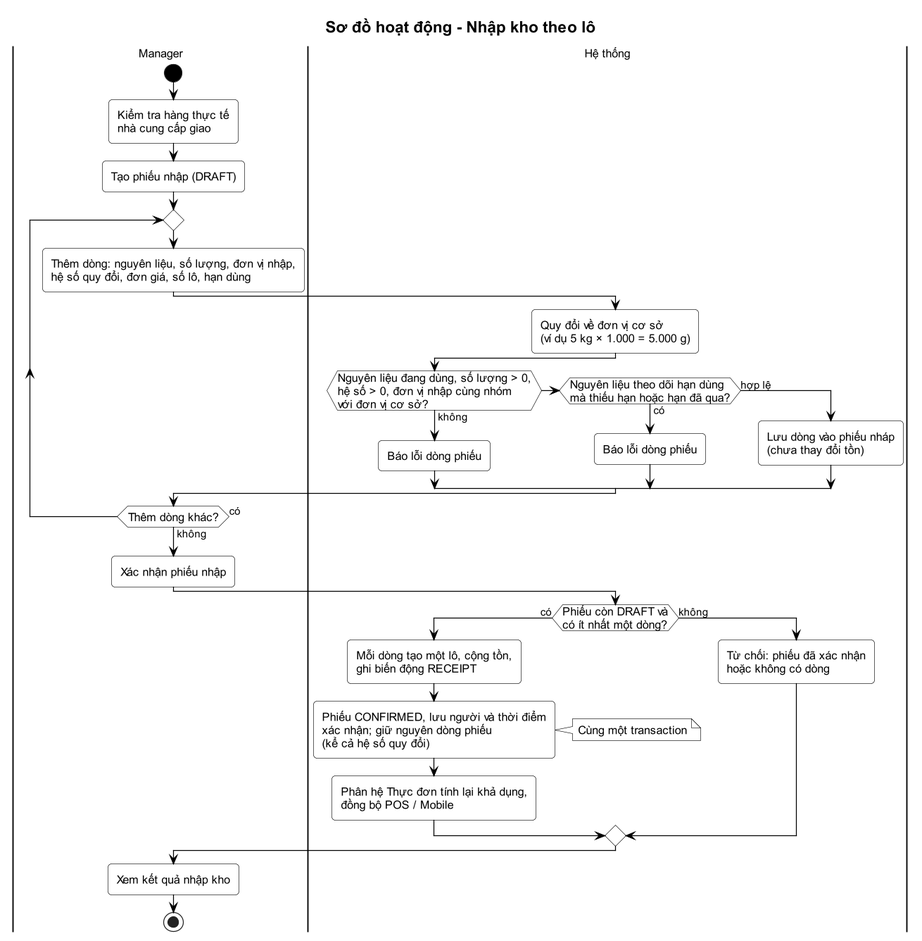
Above: docs/04-quan-ly-kho/activity-2-nhap-kho.png in Anpham120/restaurant-management-system (PlantUML), before the change. The source it was exported from:
```plantuml
@startuml
!include ../_style.puml
title Sơ đồ hoạt động - Nhập kho theo lô

|Manager|
start
:Kiểm tra hàng thực tế\nnhà cung cấp giao;
:Tạo phiếu nhập (DRAFT);
repeat
  :Thêm dòng: nguyên liệu, số lượng, đơn vị nhập,\nhệ số quy đổi, đơn giá, số lô, hạn dùng;
  |Hệ thống|
  :Quy đổi về đơn vị cơ sở\n(ví dụ 5 kg × 1.000 = 5.000 g);
  if (Nguyên liệu đang dùng, số lượng > 0,\nhệ số > 0, đơn vị nhập cùng nhóm\nvới đơn vị cơ sở?) then (không)
    :Báo lỗi dòng phiếu;
  elseif (Nguyên liệu theo dõi hạn dùng\nmà thiếu hạn hoặc hạn đã qua?) then (có)
    :Báo lỗi dòng phiếu;
  else (hợp lệ)
    :Lưu dòng vào phiếu nháp\n(chưa thay đổi tồn);
  endif
  |Manager|
repeat while (Thêm dòng khác?) is (có) not (không)
:Xác nhận phiếu nhập;
|Hệ thống|
if (Phiếu còn DRAFT và\ncó ít nhất một dòng?) then (có)
  :Mỗi dòng tạo một lô, cộng tồn,\nghi biến động RECEIPT;
  :Phiếu CONFIRMED, lưu người và thời điểm\nxác nhận; giữ nguyên dòng phiếu\n(kể cả hệ số quy đổi);
  note right: Cùng một transaction
  :Phân hệ Thực đơn tính lại khả dụng,\nđồng bộ POS / Mobile;
else (không)
  :Từ chối: phiếu đã xác nhận\nhoặc không có dòng;
endif
|Manager|
:Xem kết quả nhập kho;
stop
@enduml
```
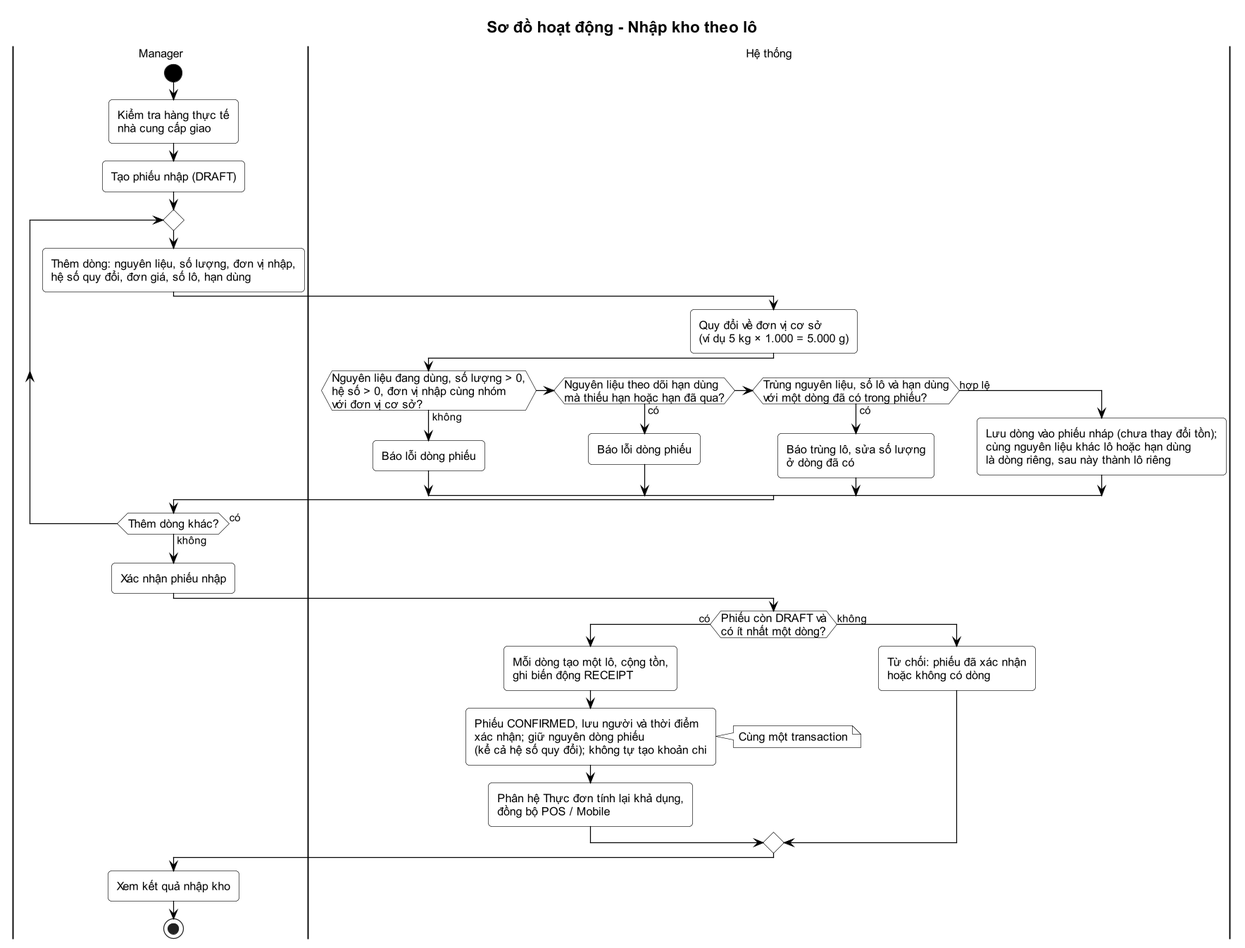
Above is the later version.

Change to the diagram source:
```diff
@@ -14,8 +14,10 @@
     :Báo lỗi dòng phiếu;
   elseif (Nguyên liệu theo dõi hạn dùng\nmà thiếu hạn hoặc hạn đã qua?) then (có)
     :Báo lỗi dòng phiếu;
+  elseif (Trùng nguyên liệu, số lô và hạn dùng\nvới một dòng đã có trong phiếu?) then (có)
+    :Báo trùng lô, sửa số lượng\nở dòng đã có;
   else (hợp lệ)
-    :Lưu dòng vào phiếu nháp\n(chưa thay đổi tồn);
+    :Lưu dòng vào phiếu nháp (chưa thay đổi tồn);\ncùng nguyên liệu khác lô hoặc hạn dùng\nlà dòng riêng, sau này thành lô riêng;
   endif
   |Manager|
 repeat while (Thêm dòng khác?) is (có) not (không)
@@ -23,7 +25,7 @@
 |Hệ thống|
 if (Phiếu còn DRAFT và\ncó ít nhất một dòng?) then (có)
   :Mỗi dòng tạo một lô, cộng tồn,\nghi biến động RECEIPT;
-  :Phiếu CONFIRMED, lưu người và thời điểm\nxác nhận; giữ nguyên dòng phiếu\n(kể cả hệ số quy đổi);
+  :Phiếu CONFIRMED, lưu người và thời điểm\nxác nhận; giữ nguyên dòng phiếu\n(kể cả hệ số quy đổi); không tự tạo khoản chi;
   note right: Cùng một transaction
   :Phân hệ Thực đơn tính lại khả dụng,\nđồng bộ POS / Mobile;
 else (không)
```
